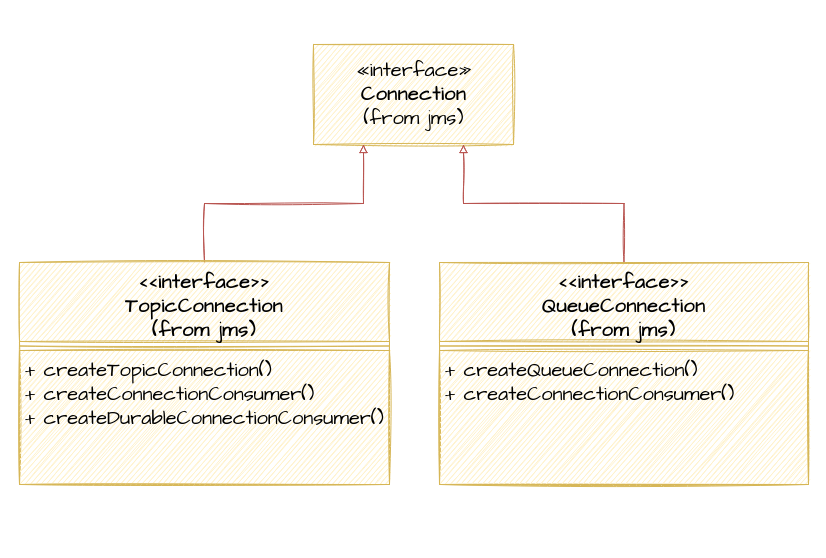
Above: img/img16-light.png in dariodenardi/Sistemi-Distribuiti-M (draw.io), before the change. Source tidied: cells renumbered, new cells last; positions are measured from the earlier drawing's top-left corner, leaving out a move shared by most shapes. Its diagram source:
```xml
<mxGraphModel>
  <root>
    <mxCell id="0" />
    <mxCell id="1" parent="0" />
    <mxCell id="2" value="«interface»&lt;br&gt;&lt;div&gt;&lt;b&gt;Connection&lt;/b&gt;&lt;/div&gt;(from jms)" style="html=1;sketch=1;fontFamily=Architects Daughter;fontSource=https%3A%2F%2Ffonts.googleapis.com%2Fcss%3Ffamily%3DArchitects%2BDaughter;fontSize=20;fillColor=#fff2cc;strokeColor=#d6b656;" parent="1" vertex="1">
      <mxGeometry x="294" width="200" height="100" as="geometry" />
    </mxCell>
    <mxCell id="3" style="edgeStyle=orthogonalEdgeStyle;rounded=0;sketch=1;jettySize=auto;html=1;exitX=0.5;exitY=0;exitDx=0;exitDy=0;entryX=0.25;entryY=1;entryDx=0;entryDy=0;fontFamily=Architects Daughter;fontSource=https%3A%2F%2Ffonts.googleapis.com%2Fcss%3Ffamily%3DArchitects%2BDaughter;fontSize=20;startArrow=none;startFill=0;endArrow=block;endFill=0;fillColor=#f8cecc;strokeColor=#b85450;" parent="1" edge="1" source="4" target="2">
      <mxGeometry relative="1" as="geometry" />
    </mxCell>
    <mxCell id="4" value="&lt;&lt;interface&gt;&gt;&#10;TopicConnection&#10;(from jms)&#10;" style="swimlane;fontStyle=1;align=center;verticalAlign=top;horizontal=1;startSize=79;sketch=1;fontFamily=Architects Daughter;fontSource=https%3A%2F%2Ffonts.googleapis.com%2Fcss%3Ffamily%3DArchitects%2BDaughter;fontSize=20;fillColor=#fff2cc;strokeColor=#d6b656;" parent="1" vertex="1">
      <mxGeometry y="218" width="370" height="222" as="geometry" />
    </mxCell>
    <mxCell id="5" style="line;strokeWidth=1;fillColor=#fff2cc;align=left;verticalAlign=middle;spacingTop=-1;spacingLeft=3;spacingRight=3;labelPosition=right;sketch=1;fontFamily=Architects Daughter;fontSource=https%3A%2F%2Ffonts.googleapis.com%2Fcss%3Ffamily%3DArchitects%2BDaughter;fontSize=20;strokeColor=#d6b656;" parent="4" vertex="1">
      <mxGeometry y="79" width="370" height="9" as="geometry" />
    </mxCell>
    <mxCell id="6" value="+ createTopicConnection() &#10;+ createConnectionConsumer()&#10;+ createDurableConnectionConsumer()&#10;" style="text;strokeColor=#d6b656;fillColor=#fff2cc;align=left;verticalAlign=top;spacingLeft=4;spacingRight=4;overflow=hidden;sketch=1;fontFamily=Architects Daughter;fontSource=https%3A%2F%2Ffonts.googleapis.com%2Fcss%3Ffamily%3DArchitects%2BDaughter;fontSize=20;" parent="4" vertex="1">
      <mxGeometry y="88" width="370" height="134" as="geometry" />
    </mxCell>
    <mxCell id="7" style="edgeStyle=orthogonalEdgeStyle;rounded=0;sketch=1;jettySize=auto;html=1;entryX=0.75;entryY=1;entryDx=0;entryDy=0;fontFamily=Architects Daughter;fontSource=https%3A%2F%2Ffonts.googleapis.com%2Fcss%3Ffamily%3DArchitects%2BDaughter;fontSize=20;startArrow=none;startFill=0;endArrow=block;endFill=0;fillColor=#f8cecc;strokeColor=#b85450;" parent="1" edge="1" source="8" target="2">
      <mxGeometry relative="1" as="geometry" />
    </mxCell>
    <mxCell id="8" value="&lt;&lt;interface&gt;&gt;&#10;QueueConnection&#10;(from jms)&#10;" style="swimlane;fontStyle=1;align=center;verticalAlign=top;horizontal=1;startSize=79;sketch=1;fontFamily=Architects Daughter;fontSource=https%3A%2F%2Ffonts.googleapis.com%2Fcss%3Ffamily%3DArchitects%2BDaughter;fontSize=20;fillColor=#fff2cc;strokeColor=#d6b656;" parent="1" vertex="1">
      <mxGeometry x="420" y="218" width="369" height="222" as="geometry" />
    </mxCell>
    <mxCell id="9" style="line;strokeWidth=1;fillColor=#fff2cc;align=left;verticalAlign=middle;spacingTop=-1;spacingLeft=3;spacingRight=3;labelPosition=right;sketch=1;fontFamily=Architects Daughter;fontSource=https%3A%2F%2Ffonts.googleapis.com%2Fcss%3Ffamily%3DArchitects%2BDaughter;fontSize=20;strokeColor=#d6b656;" parent="8" vertex="1">
      <mxGeometry y="79" width="369" height="9" as="geometry" />
    </mxCell>
    <mxCell id="10" value="+ createQueueConnection() &#10;+ createConnectionConsumer()" style="text;strokeColor=#d6b656;fillColor=#fff2cc;align=left;verticalAlign=top;spacingLeft=4;spacingRight=4;overflow=hidden;sketch=1;fontFamily=Architects Daughter;fontSource=https%3A%2F%2Ffonts.googleapis.com%2Fcss%3Ffamily%3DArchitects%2BDaughter;fontSize=20;" parent="8" vertex="1">
      <mxGeometry y="88" width="369" height="134" as="geometry" />
    </mxCell>
  </root>
</mxGraphModel>
```
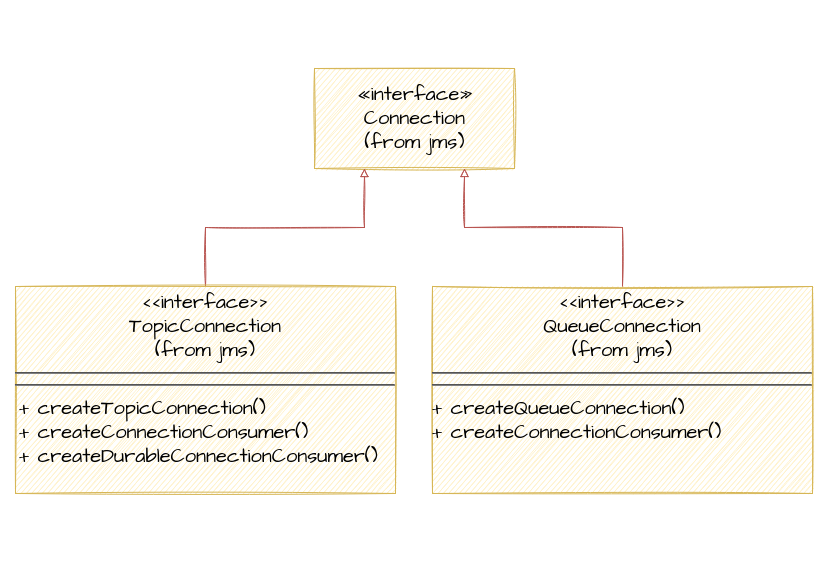
The same diagram one commit later.

Diff of the diagram source:
```diff
@@ -2,32 +2,20 @@
   <root>
     <mxCell id="0" />
     <mxCell id="1" parent="0" />
-    <mxCell id="2" value="«interface»&lt;br&gt;&lt;div&gt;&lt;b&gt;Connection&lt;/b&gt;&lt;/div&gt;(from jms)" style="html=1;sketch=1;fontFamily=Architects Daughter;fontSource=https%3A%2F%2Ffonts.googleapis.com%2Fcss%3Ffamily%3DArchitects%2BDaughter;fontSize=20;fillColor=#fff2cc;strokeColor=#d6b656;" parent="1" vertex="1">
+    <mxCell id="2" value="«interface»&lt;br&gt;&lt;div&gt;Connection&lt;/div&gt;(from jms)" style="html=1;sketch=1;fontFamily=Architects Daughter;fontSource=https%3A%2F%2Ffonts.googleapis.com%2Fcss%3Ffamily%3DArchitects%2BDaughter;fontSize=20;fillColor=#fff2cc;strokeColor=#d6b656;" parent="1" vertex="1">
       <mxGeometry x="294" width="200" height="100" as="geometry" />
     </mxCell>
-    <mxCell id="3" style="edgeStyle=orthogonalEdgeStyle;rounded=0;sketch=1;jettySize=auto;html=1;exitX=0.5;exitY=0;exitDx=0;exitDy=0;entryX=0.25;entryY=1;entryDx=0;entryDy=0;fontFamily=Architects Daughter;fontSource=https%3A%2F%2Ffonts.googleapis.com%2Fcss%3Ffamily%3DArchitects%2BDaughter;fontSize=20;startArrow=none;startFill=0;endArrow=block;endFill=0;fillColor=#f8cecc;strokeColor=#b85450;" parent="1" edge="1" source="4" target="2">
-      <mxGeometry relative="1" as="geometry" />
-    </mxCell>
-    <mxCell id="4" value="&lt;&lt;interface&gt;&gt;&#10;TopicConnection&#10;(from jms)&#10;" style="swimlane;fontStyle=1;align=center;verticalAlign=top;horizontal=1;startSize=79;sketch=1;fontFamily=Architects Daughter;fontSource=https%3A%2F%2Ffonts.googleapis.com%2Fcss%3Ffamily%3DArchitects%2BDaughter;fontSize=20;fillColor=#fff2cc;strokeColor=#d6b656;" parent="1" vertex="1">
-      <mxGeometry y="218" width="370" height="222" as="geometry" />
-    </mxCell>
-    <mxCell id="5" style="line;strokeWidth=1;fillColor=#fff2cc;align=left;verticalAlign=middle;spacingTop=-1;spacingLeft=3;spacingRight=3;labelPosition=right;sketch=1;fontFamily=Architects Daughter;fontSource=https%3A%2F%2Ffonts.googleapis.com%2Fcss%3Ffamily%3DArchitects%2BDaughter;fontSize=20;strokeColor=#d6b656;" parent="4" vertex="1">
-      <mxGeometry y="79" width="370" height="9" as="geometry" />
-    </mxCell>
-    <mxCell id="6" value="+ createTopicConnection() &#10;+ createConnectionConsumer()&#10;+ createDurableConnectionConsumer()&#10;" style="text;strokeColor=#d6b656;fillColor=#fff2cc;align=left;verticalAlign=top;spacingLeft=4;spacingRight=4;overflow=hidden;sketch=1;fontFamily=Architects Daughter;fontSource=https%3A%2F%2Ffonts.googleapis.com%2Fcss%3Ffamily%3DArchitects%2BDaughter;fontSize=20;" parent="4" vertex="1">
-      <mxGeometry y="88" width="370" height="134" as="geometry" />
-    </mxCell>
-    <mxCell id="7" style="edgeStyle=orthogonalEdgeStyle;rounded=0;sketch=1;jettySize=auto;html=1;entryX=0.75;entryY=1;entryDx=0;entryDy=0;fontFamily=Architects Daughter;fontSource=https%3A%2F%2Ffonts.googleapis.com%2Fcss%3Ffamily%3DArchitects%2BDaughter;fontSize=20;startArrow=none;startFill=0;endArrow=block;endFill=0;fillColor=#f8cecc;strokeColor=#b85450;" parent="1" edge="1" source="8" target="2">
-      <mxGeometry relative="1" as="geometry" />
-    </mxCell>
-    <mxCell id="8" value="&lt;&lt;interface&gt;&gt;&#10;QueueConnection&#10;(from jms)&#10;" style="swimlane;fontStyle=1;align=center;verticalAlign=top;horizontal=1;startSize=79;sketch=1;fontFamily=Architects Daughter;fontSource=https%3A%2F%2Ffonts.googleapis.com%2Fcss%3Ffamily%3DArchitects%2BDaughter;fontSize=20;fillColor=#fff2cc;strokeColor=#d6b656;" parent="1" vertex="1">
-      <mxGeometry x="420" y="218" width="369" height="222" as="geometry" />
-    </mxCell>
-    <mxCell id="9" style="line;strokeWidth=1;fillColor=#fff2cc;align=left;verticalAlign=middle;spacingTop=-1;spacingLeft=3;spacingRight=3;labelPosition=right;sketch=1;fontFamily=Architects Daughter;fontSource=https%3A%2F%2Ffonts.googleapis.com%2Fcss%3Ffamily%3DArchitects%2BDaughter;fontSize=20;strokeColor=#d6b656;" parent="8" vertex="1">
-      <mxGeometry y="79" width="369" height="9" as="geometry" />
-    </mxCell>
-    <mxCell id="10" value="+ createQueueConnection() &#10;+ createConnectionConsumer()" style="text;strokeColor=#d6b656;fillColor=#fff2cc;align=left;verticalAlign=top;spacingLeft=4;spacingRight=4;overflow=hidden;sketch=1;fontFamily=Architects Daughter;fontSource=https%3A%2F%2Ffonts.googleapis.com%2Fcss%3Ffamily%3DArchitects%2BDaughter;fontSize=20;" parent="8" vertex="1">
-      <mxGeometry y="88" width="369" height="134" as="geometry" />
-    </mxCell>
+    <mxCell id="11" style="edgeStyle=orthogonalEdgeStyle;rounded=0;jettySize=auto;html=1;entryX=0.25;entryY=1;entryDx=0;entryDy=0;sketch=1;fillColor=#f8cecc;strokeColor=#b85450;endArrow=block;endFill=0;" parent="1" edge="1" source="12" target="2">
+      <mxGeometry relative="1" as="geometry" />
+    </mxCell>
+    <mxCell id="12" value="&lt;p style=&quot;margin: 4px 0px 0px ; text-align: center ; font-size: 20px&quot;&gt;&amp;lt;&amp;lt;interface&amp;gt;&amp;gt;&lt;br&gt;TopicConnection&lt;br&gt;(from jms)&lt;/p&gt;&lt;hr style=&quot;font-size: 20px&quot;&gt;&lt;hr style=&quot;font-size: 20px&quot;&gt;&lt;p style=&quot;margin: 0px 0px 0px 4px ; font-size: 20px&quot;&gt;+ createTopicConnection() &lt;br&gt;+ createConnectionConsumer()&lt;br&gt;+ createDurableConnectionConsumer()&lt;/p&gt;&lt;div&gt;&lt;br&gt;&lt;br&gt;&lt;/div&gt;" style="verticalAlign=top;align=left;overflow=fill;fontSize=20;fontFamily=Architects Daughter;html=1;sketch=1;fillColor=#fff2cc;strokeColor=#d6b656;fontSource=https%3A%2F%2Ffonts.googleapis.com%2Fcss%3Ffamily%3DArchitects%2BDaughter;" parent="1" vertex="1">
+      <mxGeometry x="-5" y="218" width="380" height="207" as="geometry" />
+    </mxCell>
+    <mxCell id="13" style="edgeStyle=orthogonalEdgeStyle;rounded=0;jettySize=auto;html=1;entryX=0.75;entryY=1;entryDx=0;entryDy=0;fillColor=#f8cecc;strokeColor=#b85450;endArrow=block;endFill=0;sketch=1;" parent="1" edge="1" source="14" target="2">
+      <mxGeometry relative="1" as="geometry" />
+    </mxCell>
+    <mxCell id="14" value="&lt;p style=&quot;margin: 4px 0px 0px ; text-align: center ; font-size: 20px&quot;&gt;&amp;lt;&amp;lt;interface&amp;gt;&amp;gt;&lt;br&gt;QueueConnection&lt;br&gt;(from jms)&lt;/p&gt;&lt;hr style=&quot;font-size: 20px&quot;&gt;&lt;hr style=&quot;font-size: 20px&quot;&gt;+ createQueueConnection() &lt;br&gt;+ createConnectionConsumer()&lt;div&gt;&lt;br&gt;&lt;/div&gt;" style="verticalAlign=top;align=left;overflow=fill;fontSize=20;fontFamily=Architects Daughter;html=1;sketch=1;fillColor=#fff2cc;strokeColor=#d6b656;fontSource=https%3A%2F%2Ffonts.googleapis.com%2Fcss%3Ffamily%3DArchitects%2BDaughter;" parent="1" vertex="1">
+      <mxGeometry x="412" y="218" width="380" height="207" as="geometry" />
+    </mxCell>
   </root>
 </mxGraphModel>
```
